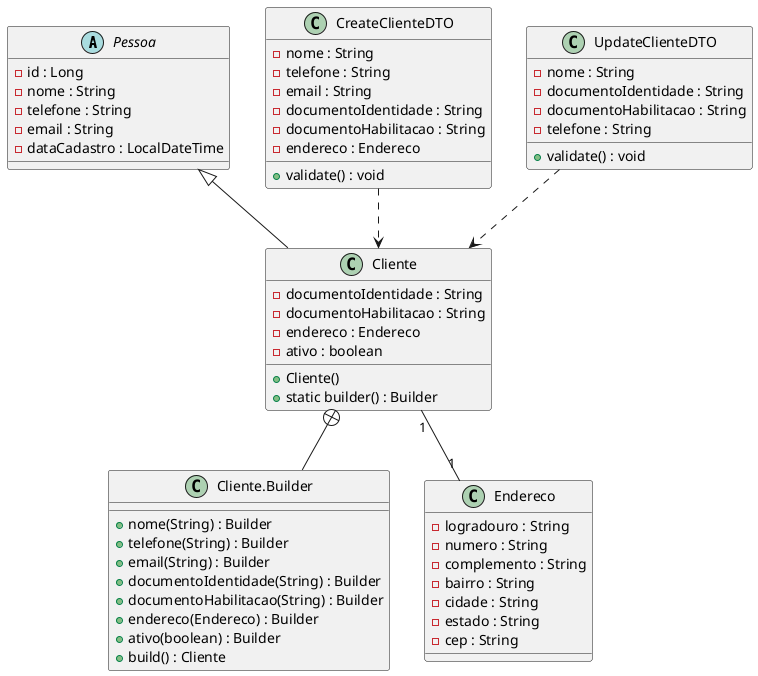
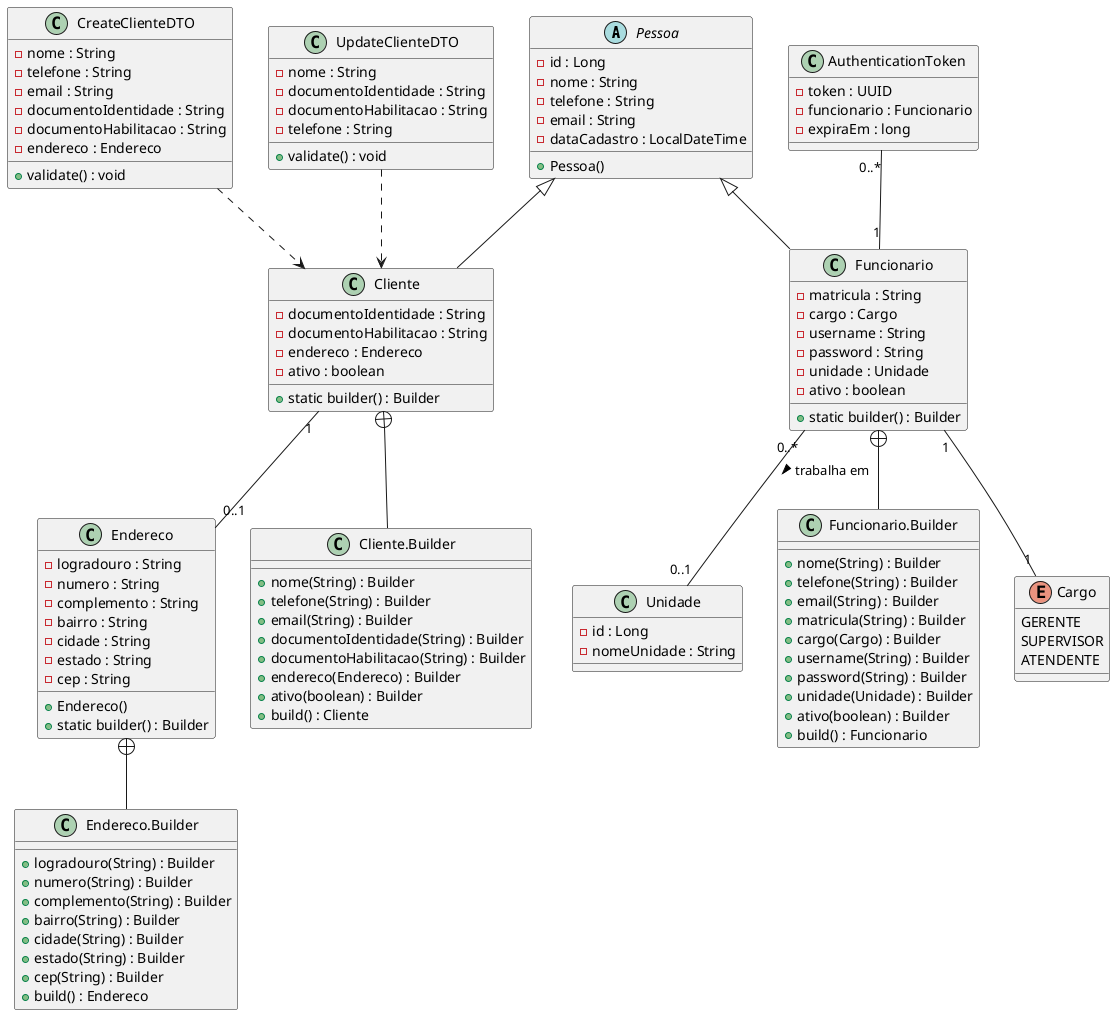
@startuml

abstract class Pessoa {
  - id : Long
  - nome : String
  - telefone : String
  - email : String
  - dataCadastro : LocalDateTime
+   + Pessoa()
}

class Cliente {
  - documentoIdentidade : String
  - documentoHabilitacao : String
  - endereco : Endereco
  - ativo : boolean
-   + Cliente()
  + static builder() : Builder
}

class "Cliente.Builder" as ClienteBuilder {
  + nome(String) : Builder
  + telefone(String) : Builder
  + email(String) : Builder
  + documentoIdentidade(String) : Builder
  + documentoHabilitacao(String) : Builder
  + endereco(Endereco) : Builder
  + ativo(boolean) : Builder
  + build() : Cliente
}

+ class Funcionario {
+   - matricula : String
+   - cargo : Cargo
+   - username : String
+   - password : String
+   - unidade : Unidade
+   - ativo : boolean
+   + static builder() : Builder
+ }
+ 
+ class "Funcionario.Builder" as FuncionarioBuilder {
+   + nome(String) : Builder
+   + telefone(String) : Builder
+   + email(String) : Builder
+   + matricula(String) : Builder
+   + cargo(Cargo) : Builder
+   + username(String) : Builder
+   + password(String) : Builder
+   + unidade(Unidade) : Builder
+   + ativo(boolean) : Builder
+   + build() : Funcionario
+ }
+ 
+ enum Cargo {
+   GERENTE
+   SUPERVISOR
+   ATENDENTE
+ }
+ 
+ class Unidade {
+   - id : Long
+   - nomeUnidade : String
+ }
+ 
+ class AuthenticationToken {
+   - token : UUID
+   - funcionario : Funcionario
+   - expiraEm : long
+ }
+ 
class Endereco {
  - logradouro : String
  - numero : String
  - complemento : String
  - bairro : String
  - cidade : String
  - estado : String
  - cep : String
+   + Endereco()
+   + static builder() : Builder
+ }
+ 
+ class "Endereco.Builder" as EnderecoBuilder {
+   + logradouro(String) : Builder
+   + numero(String) : Builder
+   + complemento(String) : Builder
+   + bairro(String) : Builder
+   + cidade(String) : Builder
+   + estado(String) : Builder
+   + cep(String) : Builder
+   + build() : Endereco
}

class CreateClienteDTO {
  - nome : String
  - telefone : String
  - email : String
  - documentoIdentidade : String
  - documentoHabilitacao : String
  - endereco : Endereco
  + validate() : void
}

class UpdateClienteDTO {
  - nome : String
  - documentoIdentidade : String
  - documentoHabilitacao : String
  - telefone : String
  + validate() : void
}

Pessoa <|-- Cliente
- Cliente "1" -- "1" Endereco
+ Pessoa <|-- Funcionario
+ Funcionario "1" -- "1" Cargo
+ Funcionario "0..*" -- "0..1" Unidade : trabalha em >
+ AuthenticationToken "0..*" -- "1" Funcionario
+ Cliente "1" -- "0..1" Endereco
Cliente +-- ClienteBuilder
+ Funcionario +-- FuncionarioBuilder
+ Endereco +-- EnderecoBuilder
CreateClienteDTO ..> Cliente
UpdateClienteDTO ..> Cliente

@enduml
